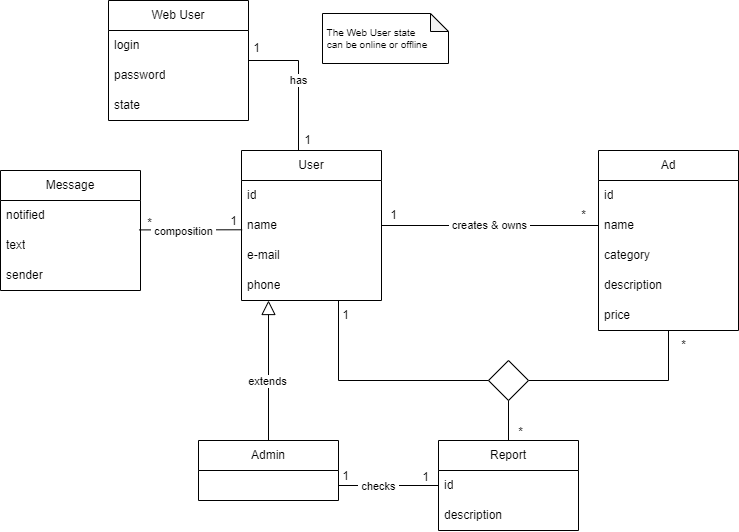
Before: Docs/DomainModel.png, a diagram exported from draw.io (FEUP-LEIC-ES-2023-24/2LEIC13T1). Source tidied: cells renumbered, new cells last; positions are measured from the earlier drawing's top-left corner, leaving out a move shared by most shapes.
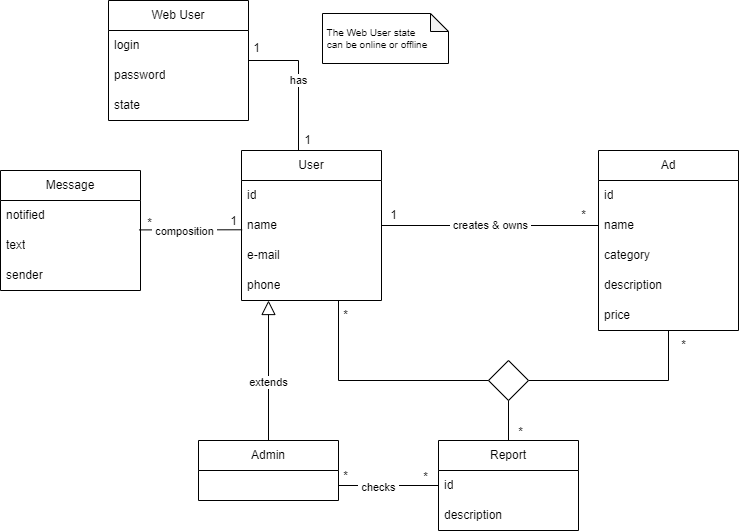
After the change.

Diff of the diagram source:
```diff
@@ -125,13 +125,13 @@
     <mxCell id="35" value="&amp;nbsp;checks&amp;nbsp;" style="edgeLabel;html=1;align=center;verticalAlign=middle;" parent="34" vertex="1">
       <mxGeometry x="-0.22" y="-1" relative="1" as="geometry" />
     </mxCell>
-    <mxCell id="36" value="1" style="text;html=1;align=center;verticalAlign=middle;strokeColor=none;fillColor=none;" parent="1" vertex="1">
+    <mxCell id="36" value="*" style="text;html=1;align=center;verticalAlign=middle;strokeColor=none;fillColor=none;" parent="1" vertex="1">
       <mxGeometry x="330" y="461" width="30" height="30" as="geometry" />
     </mxCell>
-    <mxCell id="37" value="1" style="text;html=1;align=center;verticalAlign=middle;strokeColor=none;fillColor=none;" parent="1" vertex="1">
+    <mxCell id="37" value="*" style="text;html=1;align=center;verticalAlign=middle;strokeColor=none;fillColor=none;" parent="1" vertex="1">
       <mxGeometry x="410" y="462" width="30" height="30" as="geometry" />
     </mxCell>
-    <mxCell id="38" value="1" style="text;html=1;align=center;verticalAlign=middle;strokeColor=none;fillColor=none;" parent="1" vertex="1">
+    <mxCell id="38" value="*" style="text;html=1;align=center;verticalAlign=middle;strokeColor=none;fillColor=none;" parent="1" vertex="1">
       <mxGeometry x="330" y="300" width="30" height="30" as="geometry" />
     </mxCell>
     <mxCell id="39" value="*" style="text;html=1;align=center;verticalAlign=middle;strokeColor=none;fillColor=none;" parent="1" vertex="1">
```
